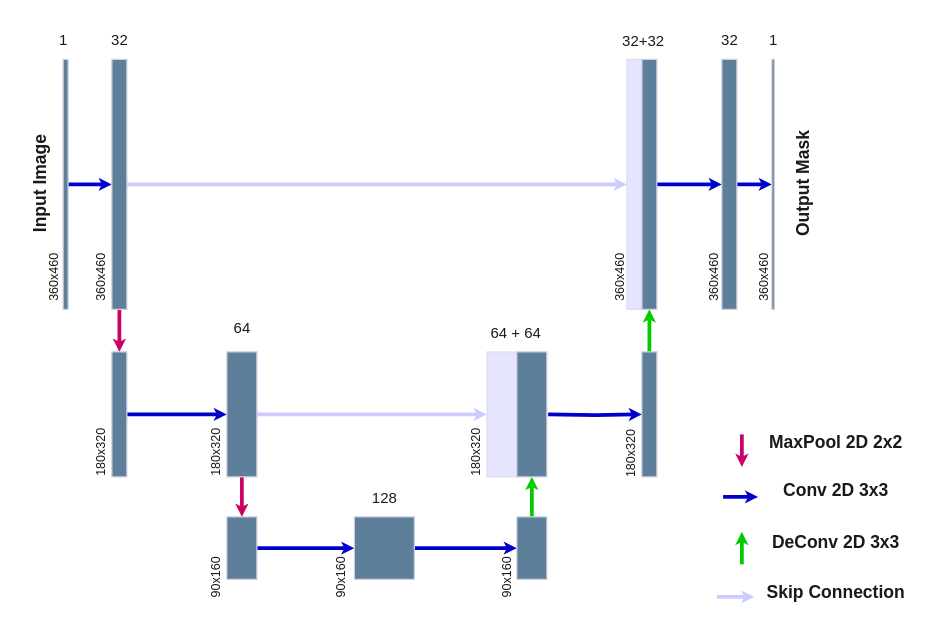
Before: CNN2.drawio in farzin23i/Segmentation, a draw.io diagram. Source tidied: cells renumbered, new cells numbered last; positions are measured from the earlier drawing's top-left corner, leaving out a move shared by most shapes. Both pictures are drawn from the tidied source at 125%, with x=0, y=0 at pixel (-22, 21).
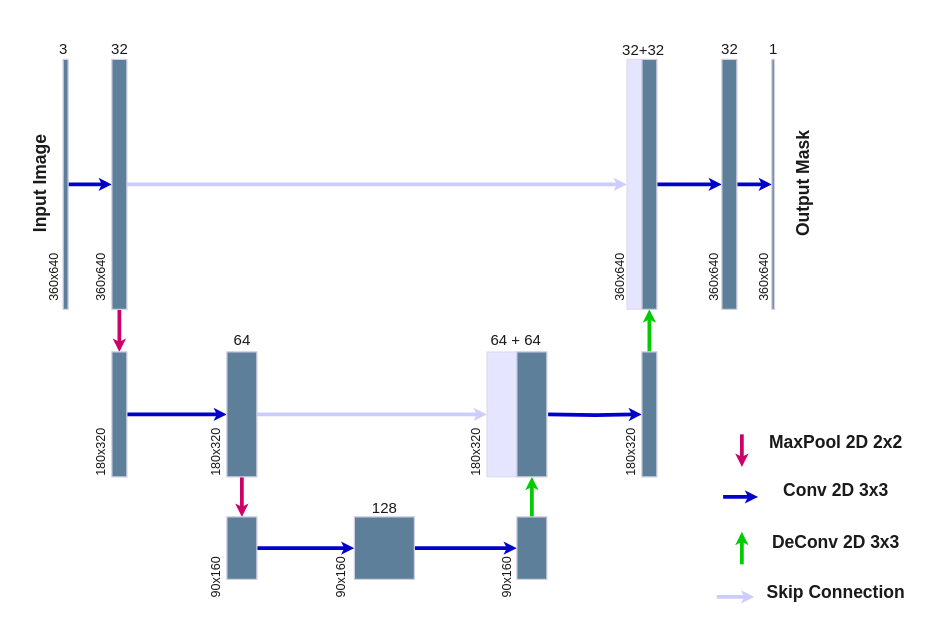
The same diagram, later.

The edit, as a diff of the source:
```diff
@@
-    <mxCell id="39" value="360x460" style="text;html=1;align=center;verticalAlign=middle;strokeColor=none;fillColor=none;fontColor=#1A1A1A;rotation=-90;fontSize=10;" parent="1" vertex="1">
+    <mxCell id="39" value="360x640" style="text;html=1;align=center;verticalAlign=middle;strokeColor=none;fillColor=none;fontColor=#1A1A1A;rotation=-90;fontSize=10;" parent="1" vertex="1">
       <mxGeometry x="30" y="190" width="60" height="30" as="geometry" />
     </mxCell>
-    <mxCell id="40" value="360x460" style="text;html=1;align=center;verticalAlign=middle;strokeColor=none;fillColor=none;fontColor=#1A1A1A;rotation=-90;fontSize=10;" parent="1" vertex="1">
+    <mxCell id="40" value="360x640" style="text;html=1;align=center;verticalAlign=middle;strokeColor=none;fillColor=none;fontColor=#1A1A1A;rotation=-90;fontSize=10;" parent="1" vertex="1">
       <mxGeometry x="68" y="190" width="60" height="30" as="geometry" />
     </mxCell>
-    <mxCell id="41" value="1" style="text;html=1;align=center;verticalAlign=middle;strokeColor=none;fillColor=none;fontColor=#1A1A1A;" parent="1" vertex="1">
-      <mxGeometry x="53" width="30" height="30" as="geometry" />
+    <mxCell id="41" value="3" style="text;html=1;align=center;verticalAlign=middle;strokeColor=none;fillColor=none;fontColor=#1A1A1A;" parent="1" vertex="1">
+      <mxGeometry x="53" y="7" width="30" height="30" as="geometry" />
     </mxCell>
     <mxCell id="42" value="32" style="text;html=1;align=center;verticalAlign=middle;strokeColor=none;fillColor=none;fontColor=#1A1A1A;" parent="1" vertex="1">
-      <mxGeometry x="93" width="40" height="30" as="geometry" />
+      <mxGeometry x="93" y="7" width="40" height="30" as="geometry" />
     </mxCell>
     <mxCell id="43" value="32+32" style="text;html=1;align=center;verticalAlign=middle;strokeColor=none;fillColor=none;fontColor=#1A1A1A;" parent="1" vertex="1">
-      <mxGeometry x="502" y="1" width="60" height="30" as="geometry" />
+      <mxGeometry x="502" y="8" width="60" height="30" as="geometry" />
     </mxCell>
     <mxCell id="44" value="32" style="text;html=1;align=center;verticalAlign=middle;strokeColor=none;fillColor=none;fontColor=#1A1A1A;" parent="1" vertex="1">
-      <mxGeometry x="581" width="40" height="30" as="geometry" />
+      <mxGeometry x="581" y="7" width="40" height="30" as="geometry" />
     </mxCell>
     <mxCell id="45" value="1" style="text;html=1;align=center;verticalAlign=middle;strokeColor=none;fillColor=none;fontColor=#1A1A1A;" parent="1" vertex="1">
-      <mxGeometry x="621" width="30" height="30" as="geometry" />
+      <mxGeometry x="621" y="7" width="30" height="30" as="geometry" />
     </mxCell>
-    <mxCell id="46" value="360x460" style="text;html=1;align=center;verticalAlign=middle;strokeColor=none;fillColor=none;fontColor=#1A1A1A;rotation=-90;fontSize=10;" parent="1" vertex="1">
+    <mxCell id="46" value="360x640" style="text;html=1;align=center;verticalAlign=middle;strokeColor=none;fillColor=none;fontColor=#1A1A1A;rotation=-90;fontSize=10;" parent="1" vertex="1">
       <mxGeometry x="483" y="190" width="60" height="30" as="geometry" />
     </mxCell>
-    <mxCell id="47" value="360x460" style="text;html=1;align=center;verticalAlign=middle;strokeColor=none;fillColor=none;fontColor=#1A1A1A;rotation=-90;fontSize=10;" parent="1" vertex="1">
+    <mxCell id="47" value="360x640" style="text;html=1;align=center;verticalAlign=middle;strokeColor=none;fillColor=none;fontColor=#1A1A1A;rotation=-90;fontSize=10;" parent="1" vertex="1">
       <mxGeometry x="558" y="190" width="60" height="30" as="geometry" />
     </mxCell>
-    <mxCell id="48" value="360x460" style="text;html=1;align=center;verticalAlign=middle;strokeColor=none;fillColor=none;fontColor=#1A1A1A;rotation=-90;fontSize=10;" parent="1" vertex="1">
+    <mxCell id="48" value="360x640" style="text;html=1;align=center;verticalAlign=middle;strokeColor=none;fillColor=none;fontColor=#1A1A1A;rotation=-90;fontSize=10;" parent="1" vertex="1">
       <mxGeometry x="598" y="190" width="60" height="30" as="geometry" />
     </mxCell>
@@
     <mxCell id="52" value="180x320" style="text;html=1;align=center;verticalAlign=middle;strokeColor=none;fillColor=none;fontColor=#1A1A1A;rotation=-90;fontSize=10;" parent="1" vertex="1">
-      <mxGeometry x="492" y="331" width="60" height="30" as="geometry" />
+      <mxGeometry x="492" y="330" width="60" height="30" as="geometry" />
     </mxCell>
@@
-    <mxCell id="56" value="64" style="text;html=1;align=center;verticalAlign=middle;strokeColor=none;fillColor=none;fontColor=#1A1A1A;" parent="1" vertex="1">
-      <mxGeometry x="191" y="230" width="40" height="30" as="geometry" />
+    <mxCell id="56" value="64" style="text;html=1;align=center;verticalAlign=middle;strokeColor=none;fillColor=none;fontColor=#1A1A1A;horizontal=1;" parent="1" vertex="1">
+      <mxGeometry x="191" y="240" width="40" height="30" as="geometry" />
     </mxCell>
     <mxCell id="57" value="128" style="text;html=1;align=center;verticalAlign=middle;strokeColor=none;fillColor=none;fontColor=#1A1A1A;" parent="1" vertex="1">
-      <mxGeometry x="305" y="366" width="40" height="30" as="geometry" />
+      <mxGeometry x="305" y="374" width="40" height="30" as="geometry" />
     </mxCell>
-    <mxCell id="58" value="64 + 64" style="text;html=1;align=center;verticalAlign=middle;strokeColor=none;fillColor=none;fontColor=#1A1A1A;" parent="1" vertex="1">
-      <mxGeometry x="400" y="234" width="60" height="30" as="geometry" />
+    <mxCell id="58" value="64 + 64" style="text;html=1;align=center;verticalAlign=middle;strokeColor=none;fillColor=none;fontColor=#1A1A1A;horizontal=1;" parent="1" vertex="1">
+      <mxGeometry x="400" y="240" width="60" height="30" as="geometry" />
     </mxCell>
```
